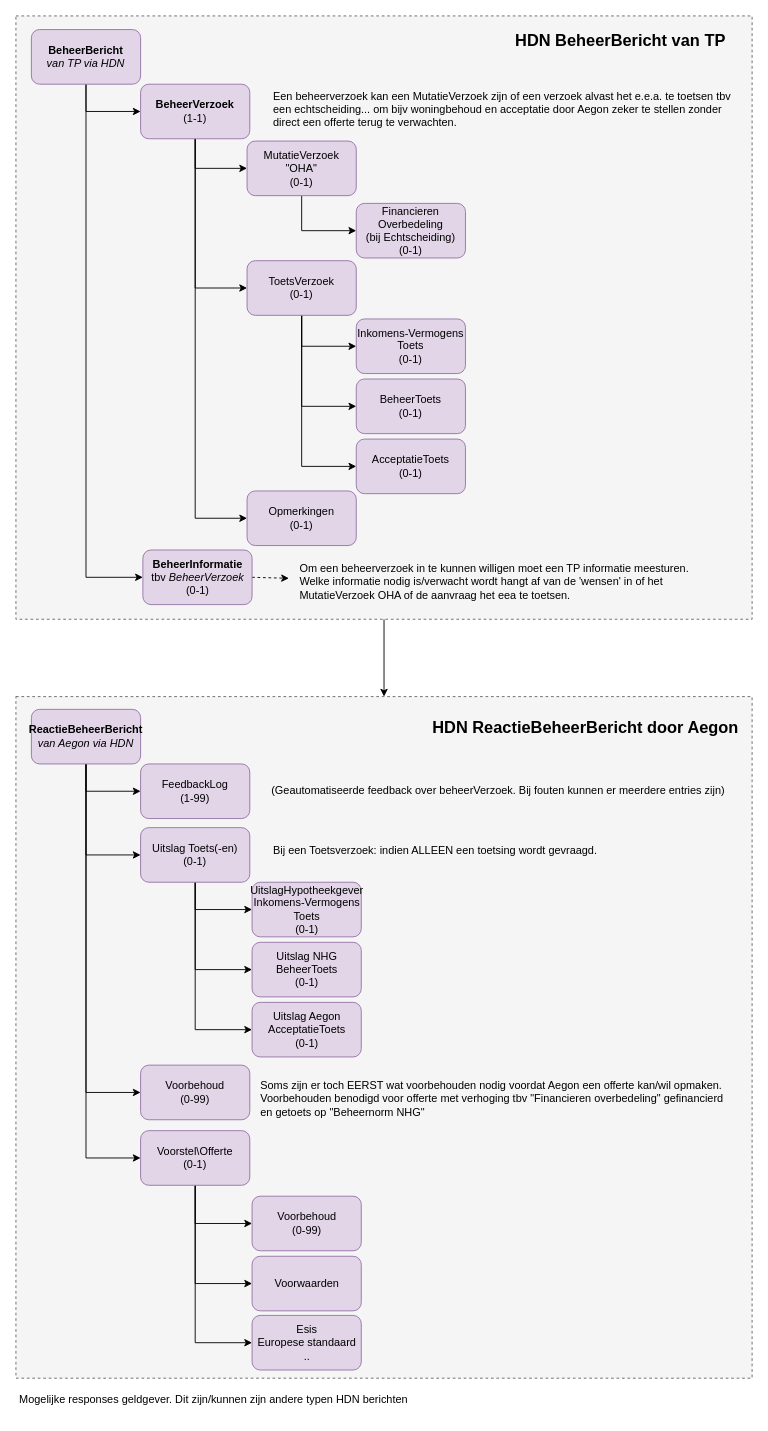
This is page "BeheerBericht" (1 of 7) of HDN-MX-DesignFinal.drawio from luchthandel/diagrams, a draw.io file, before an edit. Source tidied: cells renumbered, new cells numbered last; positions are measured from the earlier drawing's top-left corner, leaving out a move shared by most shapes. Both pictures are drawn from the tidied source at 91%, with x=0, y=0 at pixel (15, 15).
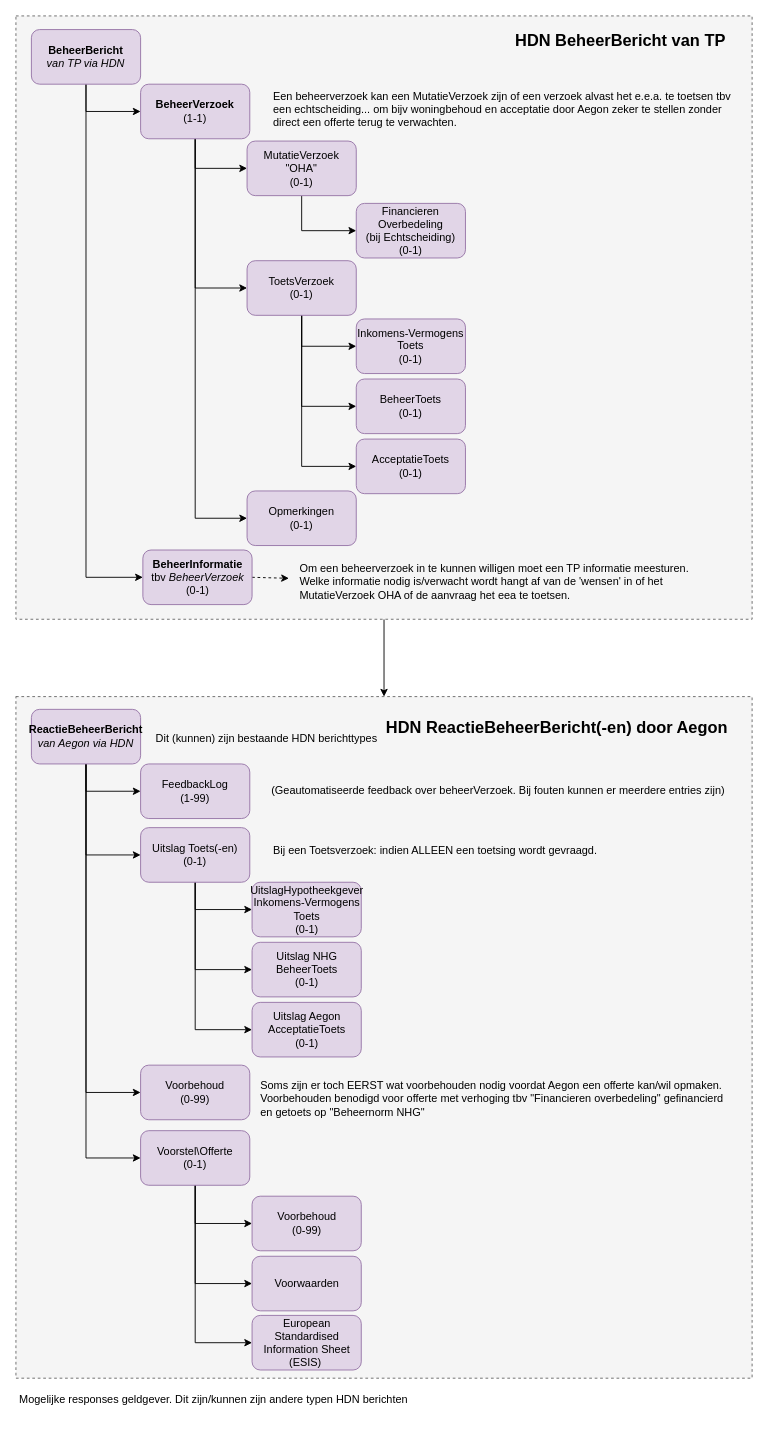
The same diagram, later.

What changed in the source:
```diff
@@
-    <mxCell id="24" value="Esis&lt;br&gt;Europese standaard .." style="rounded=1;whiteSpace=wrap;html=1;fontStyle=0;fillColor=#e1d5e7;strokeColor=#9673a6;" parent="1" vertex="1">
+    <mxCell id="24" value="European Standardised Information Sheet (ESIS)&amp;nbsp;" style="rounded=1;whiteSpace=wrap;html=1;fontStyle=0;fillColor=#e1d5e7;strokeColor=#9673a6;" parent="1" vertex="1">
       <mxGeometry x="259.5" y="1428" width="120" height="60" as="geometry" />
     </mxCell>
@@
-    <mxCell id="51" value="HDN ReactieBeheerBericht door Aegon" style="text;html=1;fontStyle=1;fontSize=18;" parent="1" vertex="1">
-      <mxGeometry x="455.5" y="765" width="199" height="28" as="geometry" />
+    <mxCell id="51" value="HDN ReactieBeheerBericht(-en) door Aegon" style="text;html=1;fontStyle=1;fontSize=18;" parent="1" vertex="1">
+      <mxGeometry x="405" y="765" width="249.5" height="28" as="geometry" />
     </mxCell>
@@
+    <mxCell id="54" value="Dit (kunnen) zijn bestaande HDN berichttypes" style="text;html=1;" parent="1" vertex="1">
+      <mxGeometry x="152" y="780" width="220" height="30" as="geometry" />
+    </mxCell>
```
